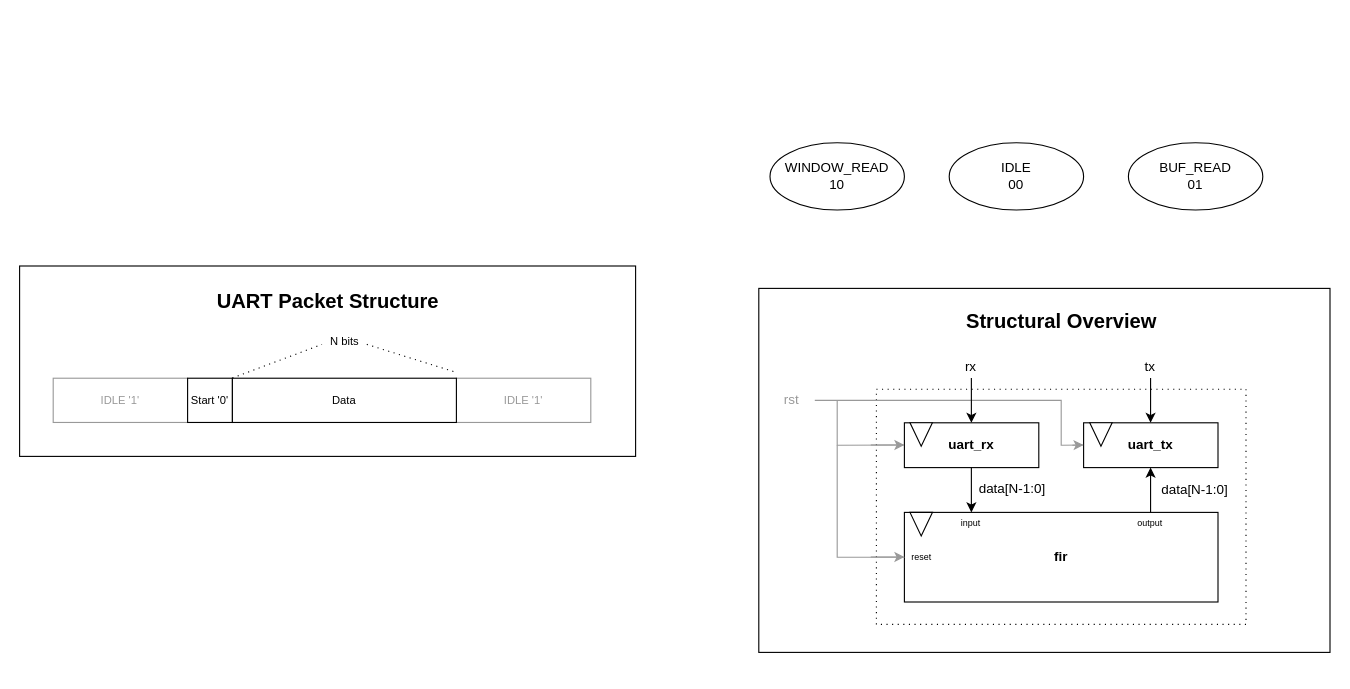
will-arden/uart_fir keeps this draw.io diagram as meta/diagrams.drawio. Above is the earlier version. Source tidied: cells renumbered, new cells numbered last; positions are measured from the earlier drawing's top-left corner, leaving out a move shared by most shapes. Both pictures are drawn from the tidied source at 112%, with x=0, y=0 at pixel (19, 142).
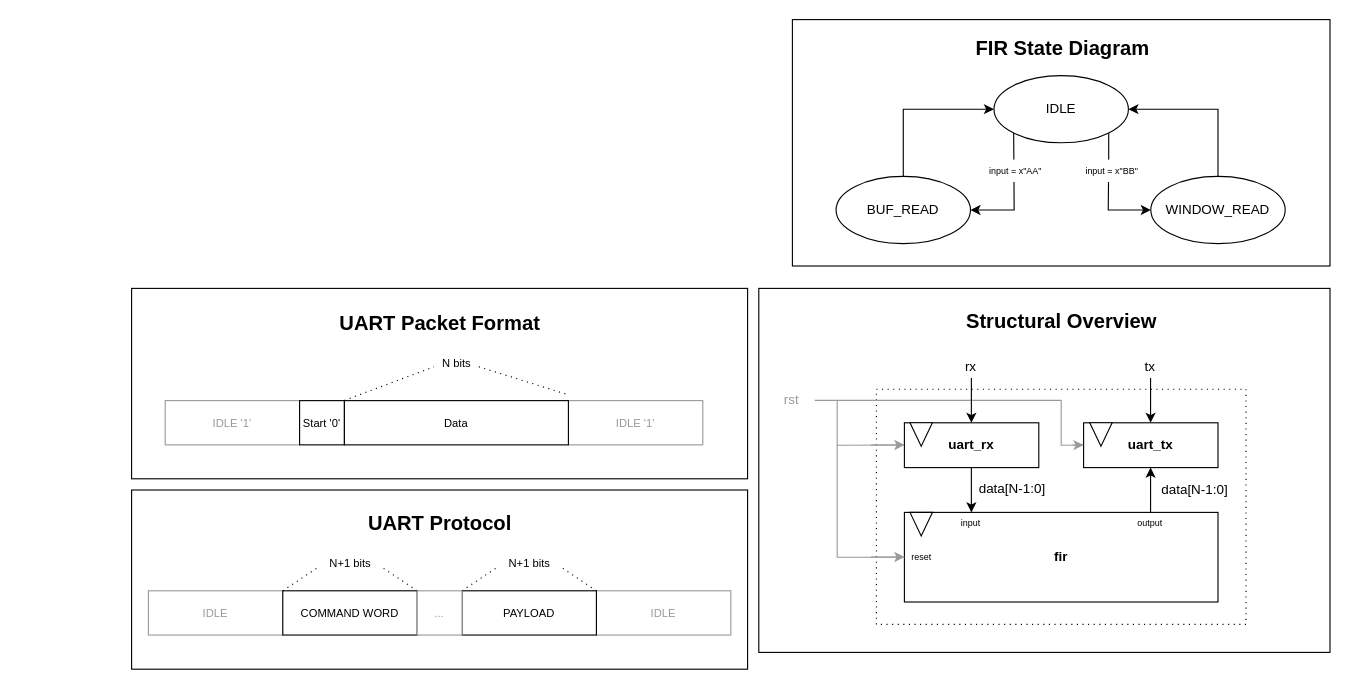
Above is the later version.

Commit message (it also covers changes not shown here):
Vivado and State Diagram

What changed in the source:
```diff
@@
+    <mxCell id="41" style="rounded=0;whiteSpace=wrap;html=1;" parent="1" vertex="1">
+      <mxGeometry x="690" y="-110" width="480" height="220" as="geometry" />
+    </mxCell>
+    <mxCell id="42" style="rounded=0;whiteSpace=wrap;html=1;" parent="1" vertex="1">
+      <mxGeometry x="100" y="310" width="550" height="160" as="geometry" />
+    </mxCell>
     <mxCell id="2" style="rounded=0;whiteSpace=wrap;html=1;" parent="1" vertex="1">
-      <mxGeometry y="110" width="550" height="170" as="geometry" />
+      <mxGeometry x="100" y="130" width="550" height="170" as="geometry" />
     </mxCell>
     <mxCell id="3" value="&lt;font style=&quot;font-size: 10px;&quot;&gt;IDLE '1'&lt;/font&gt;" style="rounded=0;whiteSpace=wrap;html=1;strokeColor=#999999;fontColor=#999999;" parent="1" vertex="1">
-      <mxGeometry x="30" y="210.2" width="120" height="39.5" as="geometry" />
+      <mxGeometry x="130" y="230.2" width="120" height="39.5" as="geometry" />
     </mxCell>
     <mxCell id="4" value="&lt;font style=&quot;font-size: 10px;&quot;&gt;IDLE '1'&lt;/font&gt;" style="rounded=0;whiteSpace=wrap;html=1;strokeColor=#999999;fontColor=#999999;" parent="1" vertex="1">
-      <mxGeometry x="390" y="210.2" width="120" height="39.5" as="geometry" />
+      <mxGeometry x="490" y="230.2" width="120" height="39.5" as="geometry" />
     </mxCell>
@@
+    <mxCell id="43" style="edgeStyle=orthogonalEdgeStyle;rounded=0;jettySize=auto;html=1;exitX=1;exitY=1;exitDx=0;exitDy=0;entryX=0;entryY=0.5;entryDx=0;entryDy=0;" parent="1" edge="1" source="9" target="10">
+      <mxGeometry relative="1" as="geometry">
+        <Array as="points">
+          <mxPoint x="972" y="20" />
+          <mxPoint x="972" y="20" />
+          <mxPoint x="972" y="60" />
+        </Array>
+      </mxGeometry>
+    </mxCell>
+    <mxCell id="44" style="edgeStyle=orthogonalEdgeStyle;rounded=0;jettySize=auto;html=1;exitX=0;exitY=1;exitDx=0;exitDy=0;entryX=1;entryY=0.5;entryDx=0;entryDy=0;jumpStyle=gap;" parent="1" edge="1" source="9" target="11">
+      <mxGeometry relative="1" as="geometry">
+        <Array as="points">
+          <mxPoint x="888" y="20" />
+          <mxPoint x="888" y="20" />
+          <mxPoint x="888" y="60" />
+        </Array>
+      </mxGeometry>
+    </mxCell>
-    <mxCell id="9" value="IDLE&lt;div&gt;00&lt;/div&gt;" style="ellipse;whiteSpace=wrap;html=1;" parent="1" vertex="1">
-      <mxGeometry x="830" width="120" height="60" as="geometry" />
+    <mxCell id="9" value="IDLE" style="ellipse;whiteSpace=wrap;html=1;" parent="1" vertex="1">
+      <mxGeometry x="870" y="-60" width="120" height="60" as="geometry" />
     </mxCell>
+    <mxCell id="45" style="edgeStyle=orthogonalEdgeStyle;rounded=0;jettySize=auto;html=1;exitX=0.5;exitY=0;exitDx=0;exitDy=0;entryX=1;entryY=0.5;entryDx=0;entryDy=0;" parent="1" edge="1" source="10" target="9">
+      <mxGeometry relative="1" as="geometry" />
+    </mxCell>
-    <mxCell id="10" value="&lt;div&gt;BUF_READ&lt;/div&gt;&lt;div&gt;01&lt;/div&gt;" style="ellipse;whiteSpace=wrap;html=1;" parent="1" vertex="1">
-      <mxGeometry x="990" width="120" height="60" as="geometry" />
+    <mxCell id="10" value="&lt;div&gt;WINDOW_READ&lt;/div&gt;" style="ellipse;whiteSpace=wrap;html=1;" parent="1" vertex="1">
+      <mxGeometry x="1010" y="30" width="120" height="60" as="geometry" />
     </mxCell>
+    <mxCell id="46" style="edgeStyle=orthogonalEdgeStyle;rounded=0;jettySize=auto;html=1;exitX=0.5;exitY=0;exitDx=0;exitDy=0;entryX=0;entryY=0.5;entryDx=0;entryDy=0;" parent="1" edge="1" source="11" target="9">
+      <mxGeometry relative="1" as="geometry" />
+    </mxCell>
-    <mxCell id="11" value="WINDOW_READ&lt;div&gt;10&lt;/div&gt;" style="ellipse;whiteSpace=wrap;html=1;" parent="1" vertex="1">
-      <mxGeometry x="670" width="120" height="60" as="geometry" />
+    <mxCell id="11" value="BUF_READ" style="ellipse;whiteSpace=wrap;html=1;" parent="1" vertex="1">
+      <mxGeometry x="729" y="30" width="120" height="60" as="geometry" />
     </mxCell>
@@
     <mxCell id="35" value="&lt;font style=&quot;font-size: 10px;&quot;&gt;Start '0'&lt;/font&gt;" style="rounded=0;whiteSpace=wrap;html=1;" parent="1" vertex="1">
-      <mxGeometry x="150" y="210.2" width="40" height="39.5" as="geometry" />
+      <mxGeometry x="250" y="230.2" width="40" height="39.5" as="geometry" />
     </mxCell>
     <mxCell id="36" value="&lt;span style=&quot;font-size: 10px;&quot;&gt;Data&lt;/span&gt;" style="rounded=0;whiteSpace=wrap;html=1;" parent="1" vertex="1">
-      <mxGeometry x="190" y="210.2" width="200" height="39.5" as="geometry" />
+      <mxGeometry x="290" y="230.2" width="200" height="39.5" as="geometry" />
     </mxCell>
     <mxCell id="37" value="&lt;font style=&quot;font-size: 10px;&quot;&gt;N bits&lt;/font&gt;" style="text;html=1;align=center;verticalAlign=middle;strokeColor=none;fillColor=none;" parent="1" vertex="1">
-      <mxGeometry x="265" y="162" width="50" height="30" as="geometry" />
+      <mxGeometry x="365" y="182" width="50" height="30" as="geometry" />
     </mxCell>
     <mxCell id="38" style="endArrow=none;dashed=1;html=1;dashPattern=1 4;strokeWidth=1;rounded=0;" parent="1" edge="1">
       <mxGeometry relative="1" as="geometry">
-        <mxPoint x="190" y="210" as="sourcePoint" />
-        <mxPoint x="270" y="180" as="targetPoint" />
+        <mxPoint x="290" y="230" as="sourcePoint" />
+        <mxPoint x="370" y="200" as="targetPoint" />
       </mxGeometry>
     </mxCell>
     <mxCell id="39" style="endArrow=none;dashed=1;html=1;dashPattern=1 4;strokeWidth=1;rounded=0;" parent="1" edge="1">
       <mxGeometry relative="1" as="geometry">
-        <mxPoint x="310" y="180" as="sourcePoint" />
-        <mxPoint x="390" y="205" as="targetPoint" />
+        <mxPoint x="410" y="200" as="sourcePoint" />
+        <mxPoint x="490" y="225" as="targetPoint" />
       </mxGeometry>
     </mxCell>
-    <mxCell id="40" value="&lt;b&gt;&lt;font style=&quot;font-size: 18px;&quot;&gt;UART Packet Structure&lt;/font&gt;&lt;/b&gt;" style="text;html=1;align=center;verticalAlign=middle;strokeColor=none;fillColor=none;" parent="1" vertex="1">
-      <mxGeometry x="165" y="122" width="220" height="40" as="geometry" />
+    <mxCell id="40" value="&lt;b&gt;&lt;font style=&quot;font-size: 18px;&quot;&gt;UART Packet Format&lt;/font&gt;&lt;/b&gt;" style="text;html=1;align=center;verticalAlign=middle;strokeColor=none;fillColor=none;" parent="1" vertex="1">
+      <mxGeometry x="275" y="142" width="200" height="40" as="geometry" />
     </mxCell>
+    <mxCell id="47" value="&lt;span style=&quot;font-size: 10px;&quot;&gt;IDLE&lt;/span&gt;" style="rounded=0;whiteSpace=wrap;html=1;strokeColor=#999999;fontColor=#999999;" parent="1" vertex="1">
+      <mxGeometry x="115" y="400" width="120" height="39.5" as="geometry" />
+    </mxCell>
+    <mxCell id="48" value="&lt;span style=&quot;font-size: 10px;&quot;&gt;IDLE&lt;/span&gt;" style="rounded=0;whiteSpace=wrap;html=1;strokeColor=#999999;fontColor=#999999;" parent="1" vertex="1">
+      <mxGeometry x="515" y="400" width="120" height="39.5" as="geometry" />
+    </mxCell>
+    <mxCell id="49" value="&lt;span style=&quot;font-size: 10px;&quot;&gt;COMMAND WORD&lt;/span&gt;" style="rounded=0;whiteSpace=wrap;html=1;glass=0;shadow=0;textShadow=0;" parent="1" vertex="1">
+      <mxGeometry x="235" y="400" width="120" height="39.5" as="geometry" />
+    </mxCell>
+    <mxCell id="50" value="&lt;span style=&quot;font-size: 10px;&quot;&gt;PAYLOAD&lt;/span&gt;" style="rounded=0;whiteSpace=wrap;html=1;" parent="1" vertex="1">
+      <mxGeometry x="395" y="400" width="120" height="39.5" as="geometry" />
+    </mxCell>
+    <mxCell id="51" value="&lt;b&gt;&lt;font style=&quot;font-size: 18px;&quot;&gt;UART Protocol&lt;/font&gt;&lt;/b&gt;" style="text;html=1;align=center;verticalAlign=middle;strokeColor=none;fillColor=none;" parent="1" vertex="1">
+      <mxGeometry x="300" y="320" width="150" height="40" as="geometry" />
+    </mxCell>
+    <mxCell id="52" style="endArrow=none;dashed=1;html=1;dashPattern=1 4;strokeWidth=1;rounded=0;" parent="1" edge="1">
+      <mxGeometry relative="1" as="geometry">
+        <mxPoint x="235" y="400" as="sourcePoint" />
+        <mxPoint x="265" y="380" as="targetPoint" />
+      </mxGeometry>
+    </mxCell>
+    <mxCell id="53" style="endArrow=none;dashed=1;html=1;dashPattern=1 4;strokeWidth=1;rounded=0;" parent="1" edge="1">
+      <mxGeometry relative="1" as="geometry">
+        <mxPoint x="325" y="380" as="sourcePoint" />
+        <mxPoint x="355" y="400" as="targetPoint" />
+      </mxGeometry>
+    </mxCell>
+    <mxCell id="54" value="&lt;font style=&quot;font-size: 10px;&quot;&gt;N+1 bits&lt;/font&gt;" style="text;html=1;align=center;verticalAlign=middle;strokeColor=none;fillColor=none;" parent="1" vertex="1">
+      <mxGeometry x="265" y="360" width="60" height="30" as="geometry" />
+    </mxCell>
+    <mxCell id="55" style="endArrow=none;dashed=1;html=1;dashPattern=1 4;strokeWidth=1;rounded=0;" parent="1" edge="1">
+      <mxGeometry relative="1" as="geometry">
+        <mxPoint x="395" y="400" as="sourcePoint" />
+        <mxPoint x="425" y="380" as="targetPoint" />
+      </mxGeometry>
+    </mxCell>
+    <mxCell id="56" style="endArrow=none;dashed=1;html=1;dashPattern=1 4;strokeWidth=1;rounded=0;" parent="1" edge="1">
+      <mxGeometry relative="1" as="geometry">
+        <mxPoint x="485" y="380" as="sourcePoint" />
+        <mxPoint x="515" y="400" as="targetPoint" />
+      </mxGeometry>
+    </mxCell>
+    <mxCell id="57" value="&lt;font style=&quot;font-size: 10px;&quot;&gt;N+1 bits&lt;/font&gt;" style="text;html=1;align=center;verticalAlign=middle;strokeColor=none;fillColor=none;" parent="1" vertex="1">
+      <mxGeometry x="425" y="360" width="60" height="30" as="geometry" />
+    </mxCell>
+    <mxCell id="58" value="&lt;span style=&quot;font-size: 10px;&quot;&gt;...&lt;/span&gt;" style="rounded=0;whiteSpace=wrap;html=1;strokeColor=#999999;fontColor=#999999;" parent="1" vertex="1">
+      <mxGeometry x="355" y="400" width="40" height="39.5" as="geometry" />
+    </mxCell>
+    <mxCell id="59" value="input = x&quot;BB&quot;" style="text;html=1;align=center;verticalAlign=middle;strokeColor=none;fillColor=default;fontSize=8;" parent="1" vertex="1">
+      <mxGeometry x="940" y="15" width="70" height="20" as="geometry" />
+    </mxCell>
+    <mxCell id="60" value="input = x&quot;AA&quot;" style="text;html=1;align=center;verticalAlign=middle;fontSize=8;fillColor=default;perimeterSpacing=0;labelPadding=0;" parent="1" vertex="1">
+      <mxGeometry x="854" y="15" width="70" height="20" as="geometry" />
+    </mxCell>
+    <mxCell id="61" value="&lt;b&gt;&lt;font style=&quot;font-size: 18px;&quot;&gt;FIR State Diagram&lt;/font&gt;&lt;/b&gt;" style="text;html=1;align=center;verticalAlign=middle;strokeColor=none;fillColor=none;" parent="1" vertex="1">
+      <mxGeometry x="841" y="-104" width="180" height="40" as="geometry" />
+    </mxCell>
```
